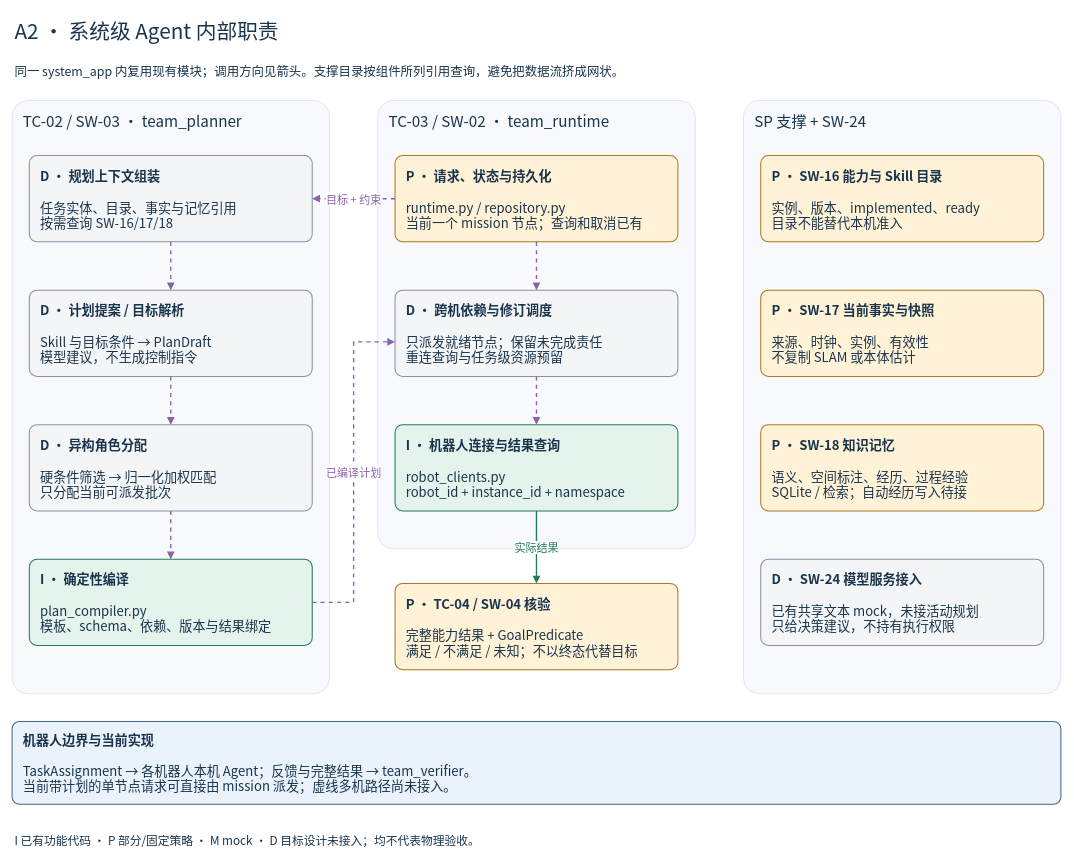
Above: page "A2 · 系统级 Agent 内部职责" (2 of 7) of site/diagrams/agent-architecture.drawio in gao377/gao377.github.io (draw.io), before the change. Source tidied: cells renumbered, new cells numbered last; positions are measured from the earlier drawing's top-left corner, leaving out a move shared by most shapes. Both pictures are drawn from the tidied source at 69%, with x=0, y=0 at pixel (12, 12).
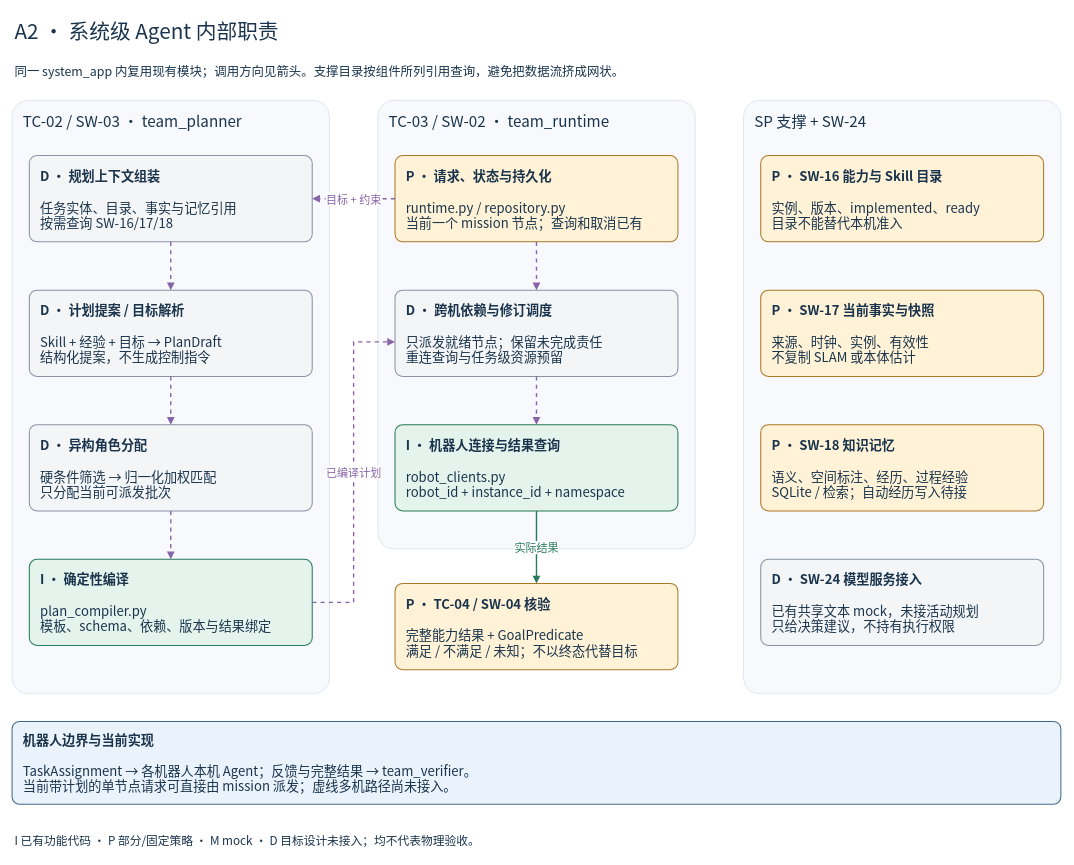
The same page after the edit.

Diff of the diagram source:
```diff
@@
-    <mxCell id="12" value="&lt;b&gt;D · 计划提案 / 目标解析&lt;/b&gt;&lt;br&gt;&lt;br&gt;Skill 与目标条件 → PlanDraft&lt;br&gt;模型建议，不生成控制指令" style="rounded=1;arcSize=9;whiteSpace=wrap;html=1;fillColor=#f4f5f7;strokeColor=#8992a3;strokeWidth=1.5;fontFamily=Noto Sans CJK SC;fontSize=19;fontColor=#19344c;spacing=16;align=left;verticalAlign=middle;" parent="1" vertex="1">
+    <mxCell id="12" value="&lt;b&gt;D · 计划提案 / 目标解析&lt;/b&gt;&lt;br&gt;&lt;br&gt;Skill + 经验 + 目标 → PlanDraft&lt;br&gt;结构化提案，不生成控制指令" style="rounded=1;arcSize=9;whiteSpace=wrap;html=1;fillColor=#f4f5f7;strokeColor=#8992a3;strokeWidth=1.5;fontFamily=Noto Sans CJK SC;fontSize=19;fontColor=#19344c;spacing=16;align=left;verticalAlign=middle;" parent="1" vertex="1">
       <mxGeometry x="25" y="403" width="410" height="125" as="geometry" />
     </mxCell>
```
